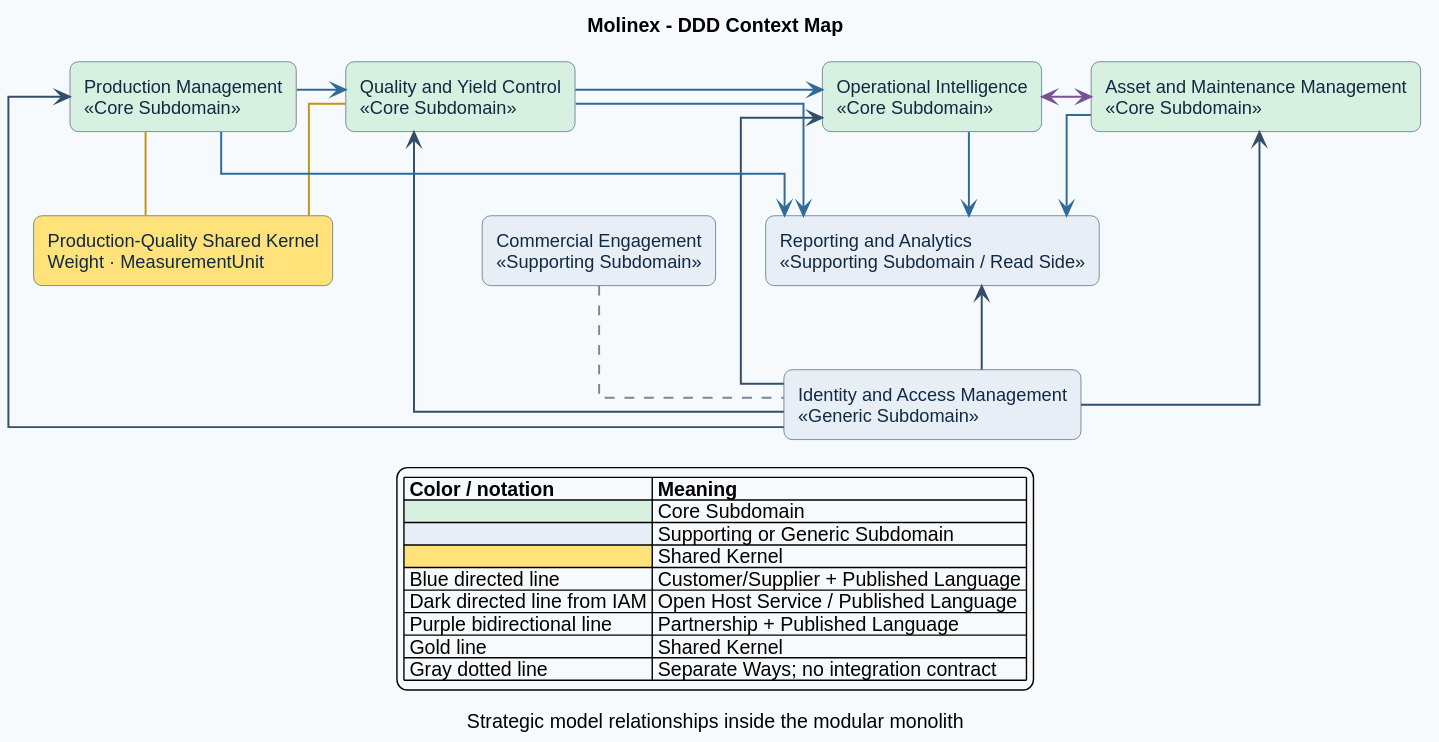
The PlantUML diagram assets/Images Chapter 4/Domain-Driven Software Architecture/context-map.svg in Vanguard-open-source/molinex-report, before a commit. Its diagram source:
```plantuml
@startuml
skinparam backgroundColor #F7FAFC
skinparam defaultFontName Arial
skinparam defaultFontSize 13
skinparam shadowing false
skinparam linetype ortho
skinparam ArrowColor #334E68
skinparam ArrowThickness 1.4
skinparam RectangleBorderColor #486581
skinparam RectangleFontColor #102A43
skinparam rectangle {
  RoundCorner 12
  Padding 12
}

title Molinex - DDD Context Map
caption Strategic model relationships inside the modular monolith

top to bottom direction

rectangle "Production Management\n<<Core Subdomain>>" as production #D8F0DF
rectangle "Quality and Yield Control\n<<Core Subdomain>>" as quality #D8F0DF
rectangle "Operational Intelligence\n<<Core Subdomain>>" as intelligence #D8F0DF
rectangle "Asset and Maintenance Management\n<<Core Subdomain>>" as maintenance #D8F0DF

rectangle "Production-Quality Shared Kernel\nWeight · MeasurementUnit" as shared_kernel #FFE27A
rectangle "Commercial Engagement\n<<Supporting Subdomain>>" as commercial #E8EEF5
rectangle "Reporting and Analytics\n<<Supporting Subdomain / Read Side>>" as reporting #E8EEF5
rectangle "Identity and Access Management\n<<Generic Subdomain>>" as iam #E8EEF5

production -[#2F6B9A]right-> quality
quality -[#2F6B9A]right-> intelligence
intelligence <-[#7A5195]right-> maintenance

production -[#C69214]down- shared_kernel
quality -[#C69214]down- shared_kernel

iam -[#334E68]up-> production
iam -[#334E68]up-> quality
iam -[#334E68]up-> intelligence
iam -[#334E68]up-> maintenance
iam -[#334E68]up-> reporting

production -[#2F6B9A]down-> reporting
quality -[#2F6B9A]down-> reporting
intelligence -[#2F6B9A]down-> reporting
maintenance -[#2F6B9A]down-> reporting

commercial .[#7B8794]down. iam

production -[hidden]right-> quality
quality -[hidden]right-> intelligence
intelligence -[hidden]right-> maintenance
shared_kernel -[hidden]right-> commercial
commercial -[hidden]right-> reporting
quality -[hidden]down-> shared_kernel
intelligence -[hidden]down-> reporting
reporting -[hidden]down-> iam

legend bottom
|= Color / notation |= Meaning |
|<#D8F0DF>| Core Subdomain |
|<#E8EEF5>| Supporting or Generic Subdomain |
|<#FFE27A>| Shared Kernel |
| Blue directed line | Customer/Supplier + Published Language |
| Dark directed line from IAM | Open Host Service / Published Language |
| Purple bidirectional line | Partnership + Published Language |
| Gold line | Shared Kernel |
| Gray dotted line | Separate Ways; no integration contract |
endlegend
@enduml
```
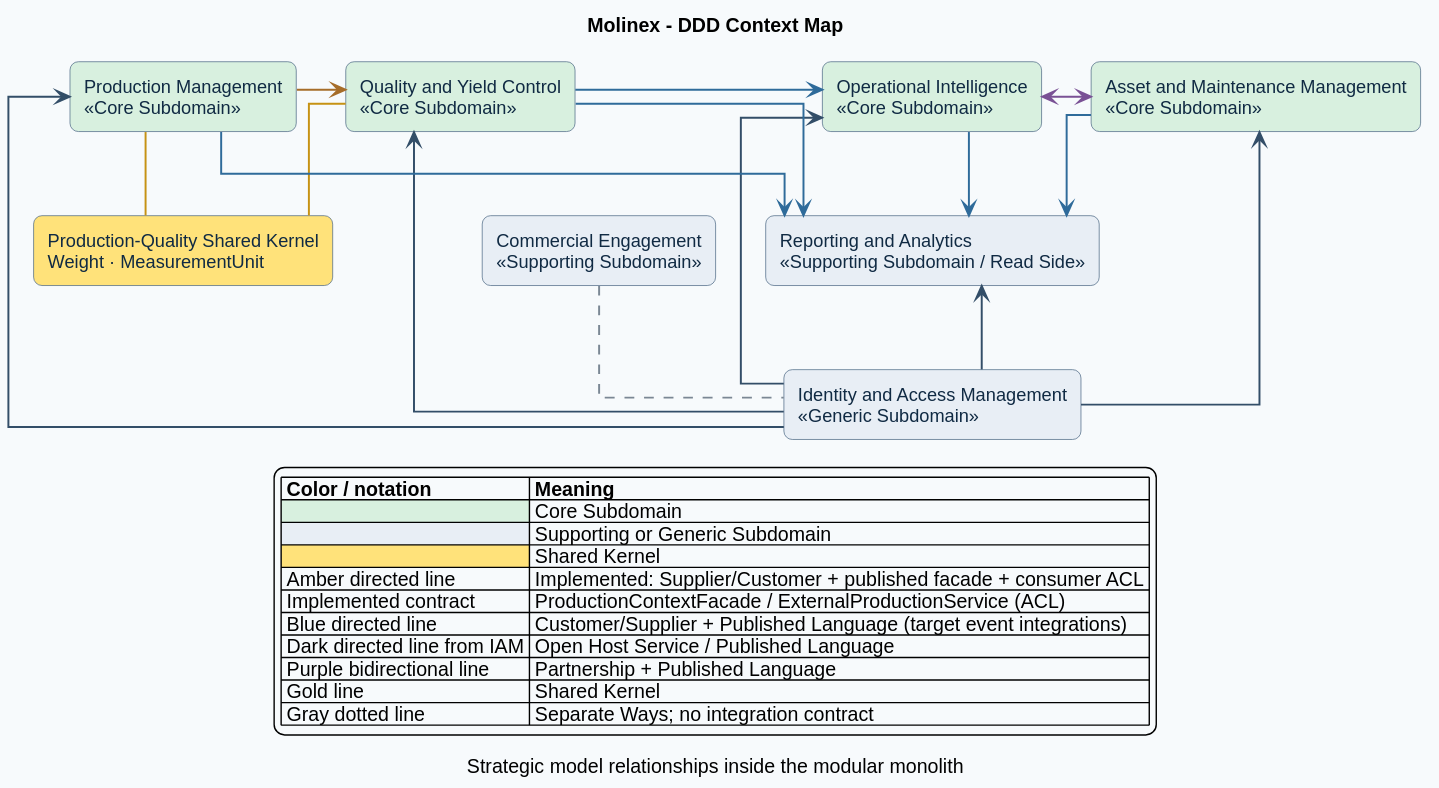
Above is the later version.

Change to the diagram source:
```diff
@@ -28,7 +28,7 @@
 rectangle "Reporting and Analytics\n<<Supporting Subdomain / Read Side>>" as reporting #E8EEF5
 rectangle "Identity and Access Management\n<<Generic Subdomain>>" as iam #E8EEF5
 
-production -[#2F6B9A]right-> quality
+production -[#A66D29]right-> quality
 quality -[#2F6B9A]right-> intelligence
 intelligence <-[#7A5195]right-> maintenance
 
@@ -62,7 +62,9 @@
 |<#D8F0DF>| Core Subdomain |
 |<#E8EEF5>| Supporting or Generic Subdomain |
 |<#FFE27A>| Shared Kernel |
-| Blue directed line | Customer/Supplier + Published Language |
+| Amber directed line | Implemented: Supplier/Customer + published facade + consumer ACL |
+| Implemented contract | ProductionContextFacade / ExternalProductionService (ACL) |
+| Blue directed line | Customer/Supplier + Published Language (target event integrations) |
 | Dark directed line from IAM | Open Host Service / Published Language |
 | Purple bidirectional line | Partnership + Published Language |
 | Gold line | Shared Kernel |
```
